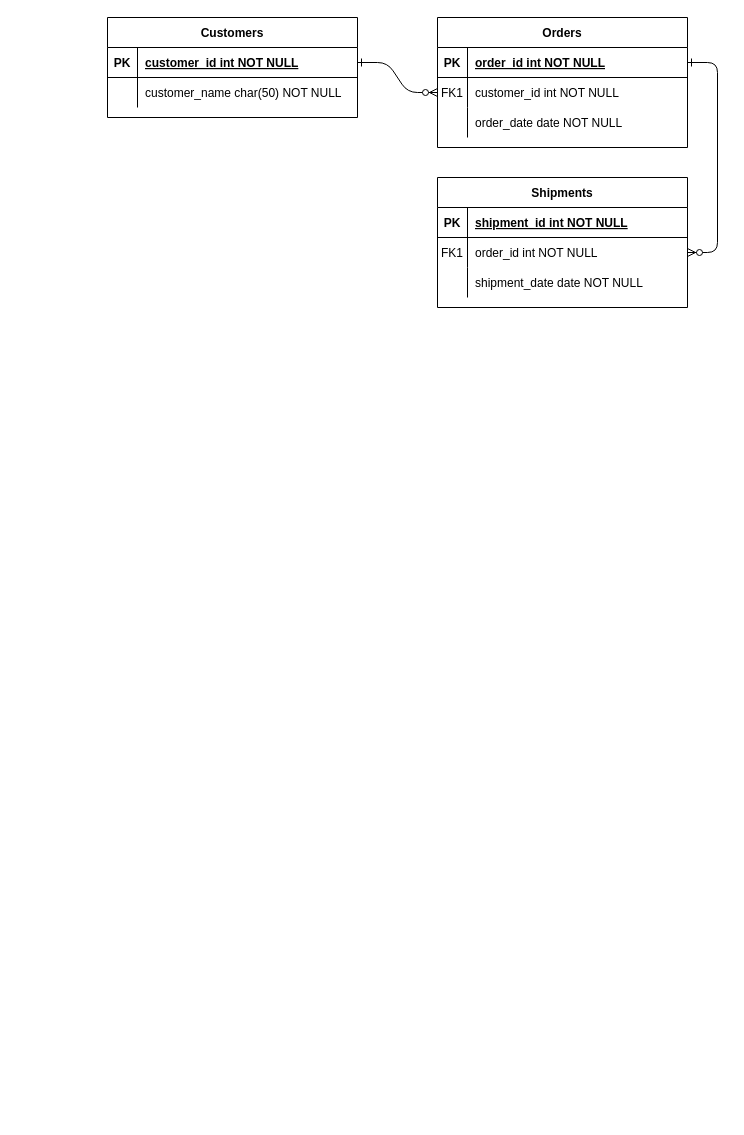
Above: Untitled Diagram.drawio in adammartin1981/notes (draw.io), before the change. Source tidied: cells renumbered, new cells numbered last; positions are measured from the earlier drawing's top-left corner, leaving out a move shared by most shapes. Both pictures are drawn from the tidied source at 100%, with x=0, y=0 at pixel (107, 17).
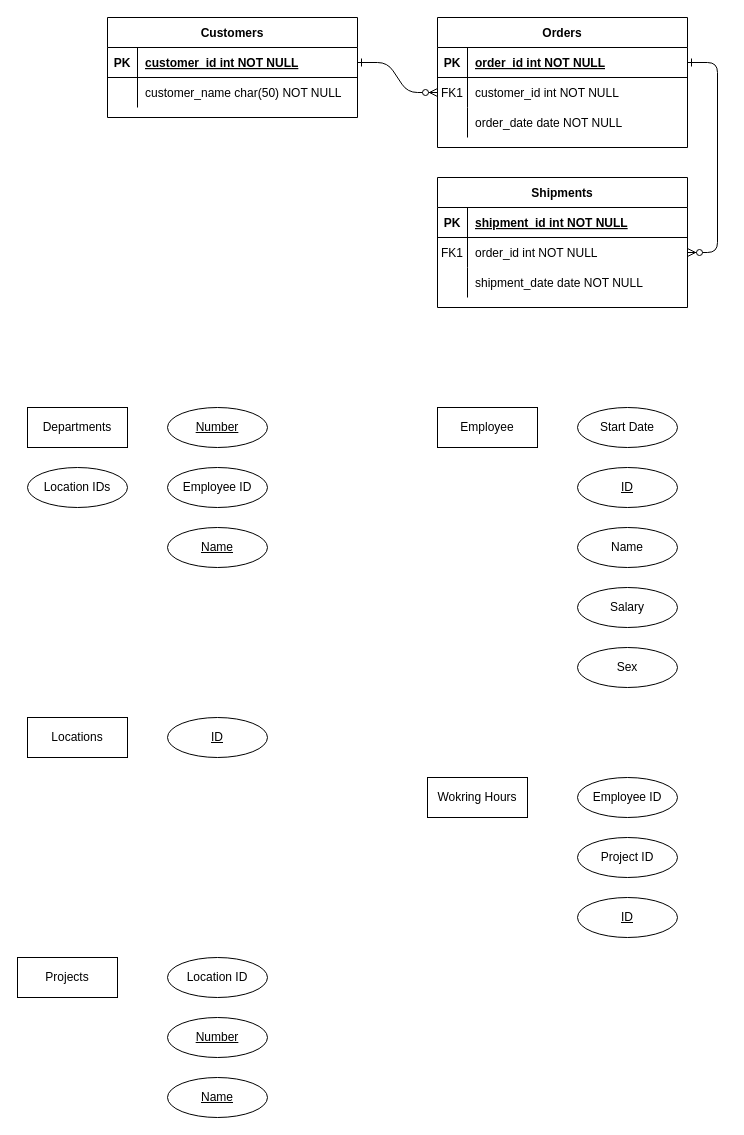
The same page after the edit.

Commit message:
Sample Data Base Application

Diff of the diagram source:
```diff
@@
+    <mxCell id="31" value="Departments" style="whiteSpace=wrap;html=1;align=center;" parent="1" vertex="1">
+      <mxGeometry x="-80" y="390" width="100" height="40" as="geometry" />
+    </mxCell>
+    <mxCell id="32" value="Number" style="ellipse;whiteSpace=wrap;html=1;align=center;fontStyle=4;" parent="1" vertex="1">
+      <mxGeometry x="60" y="390" width="100" height="40" as="geometry" />
+    </mxCell>
+    <mxCell id="33" value="Employee ID" style="ellipse;whiteSpace=wrap;html=1;align=center;" parent="1" vertex="1">
+      <mxGeometry x="60" y="450" width="100" height="40" as="geometry" />
+    </mxCell>
+    <mxCell id="34" value="Employee" style="whiteSpace=wrap;html=1;align=center;" parent="1" vertex="1">
+      <mxGeometry x="330" y="390" width="100" height="40" as="geometry" />
+    </mxCell>
+    <mxCell id="35" value="Start Date" style="ellipse;whiteSpace=wrap;html=1;align=center;" parent="1" vertex="1">
+      <mxGeometry x="470" y="390" width="100" height="40" as="geometry" />
+    </mxCell>
+    <mxCell id="36" value="ID" style="ellipse;whiteSpace=wrap;html=1;align=center;fontStyle=4;" parent="1" vertex="1">
+      <mxGeometry x="470" y="450" width="100" height="40" as="geometry" />
+    </mxCell>
+    <mxCell id="37" value="Name" style="ellipse;whiteSpace=wrap;html=1;align=center;fontStyle=4;" parent="1" vertex="1">
+      <mxGeometry x="60" y="510" width="100" height="40" as="geometry" />
+    </mxCell>
+    <mxCell id="38" value="Locations" style="whiteSpace=wrap;html=1;align=center;" parent="1" vertex="1">
+      <mxGeometry x="-80" y="700" width="100" height="40" as="geometry" />
+    </mxCell>
+    <mxCell id="39" value="ID" style="ellipse;whiteSpace=wrap;html=1;align=center;fontStyle=4;" parent="1" vertex="1">
+      <mxGeometry x="60" y="700" width="100" height="40" as="geometry" />
+    </mxCell>
+    <mxCell id="40" value="Location IDs" style="ellipse;whiteSpace=wrap;html=1;align=center;" parent="1" vertex="1">
+      <mxGeometry x="-80" y="450" width="100" height="40" as="geometry" />
+    </mxCell>
+    <mxCell id="41" value="Projects" style="whiteSpace=wrap;html=1;align=center;" parent="1" vertex="1">
+      <mxGeometry x="-90" y="940" width="100" height="40" as="geometry" />
+    </mxCell>
+    <mxCell id="42" value="Location ID" style="ellipse;whiteSpace=wrap;html=1;align=center;" parent="1" vertex="1">
+      <mxGeometry x="60" y="940" width="100" height="40" as="geometry" />
+    </mxCell>
+    <mxCell id="43" value="Number" style="ellipse;whiteSpace=wrap;html=1;align=center;fontStyle=4;" parent="1" vertex="1">
+      <mxGeometry x="60" y="1000" width="100" height="40" as="geometry" />
+    </mxCell>
+    <mxCell id="44" value="Name" style="ellipse;whiteSpace=wrap;html=1;align=center;fontStyle=4;" parent="1" vertex="1">
+      <mxGeometry x="60" y="1060" width="100" height="40" as="geometry" />
+    </mxCell>
+    <mxCell id="45" value="Name" style="ellipse;whiteSpace=wrap;html=1;align=center;" parent="1" vertex="1">
+      <mxGeometry x="470" y="510" width="100" height="40" as="geometry" />
+    </mxCell>
+    <mxCell id="46" value="Salary" style="ellipse;whiteSpace=wrap;html=1;align=center;" parent="1" vertex="1">
+      <mxGeometry x="470" y="570" width="100" height="40" as="geometry" />
+    </mxCell>
+    <mxCell id="47" value="Sex" style="ellipse;whiteSpace=wrap;html=1;align=center;" parent="1" vertex="1">
+      <mxGeometry x="470" y="630" width="100" height="40" as="geometry" />
+    </mxCell>
+    <mxCell id="48" value="Wokring Hours" style="whiteSpace=wrap;html=1;align=center;" parent="1" vertex="1">
+      <mxGeometry x="320" y="760" width="100" height="40" as="geometry" />
+    </mxCell>
+    <mxCell id="49" value="Employee ID" style="ellipse;whiteSpace=wrap;html=1;align=center;" parent="1" vertex="1">
+      <mxGeometry x="470" y="760" width="100" height="40" as="geometry" />
+    </mxCell>
+    <mxCell id="50" value="Project ID" style="ellipse;whiteSpace=wrap;html=1;align=center;" parent="1" vertex="1">
+      <mxGeometry x="470" y="820" width="100" height="40" as="geometry" />
+    </mxCell>
+    <mxCell id="51" value="ID" style="ellipse;whiteSpace=wrap;html=1;align=center;fontStyle=4;" parent="1" vertex="1">
+      <mxGeometry x="470" y="880" width="100" height="40" as="geometry" />
+    </mxCell>
```
